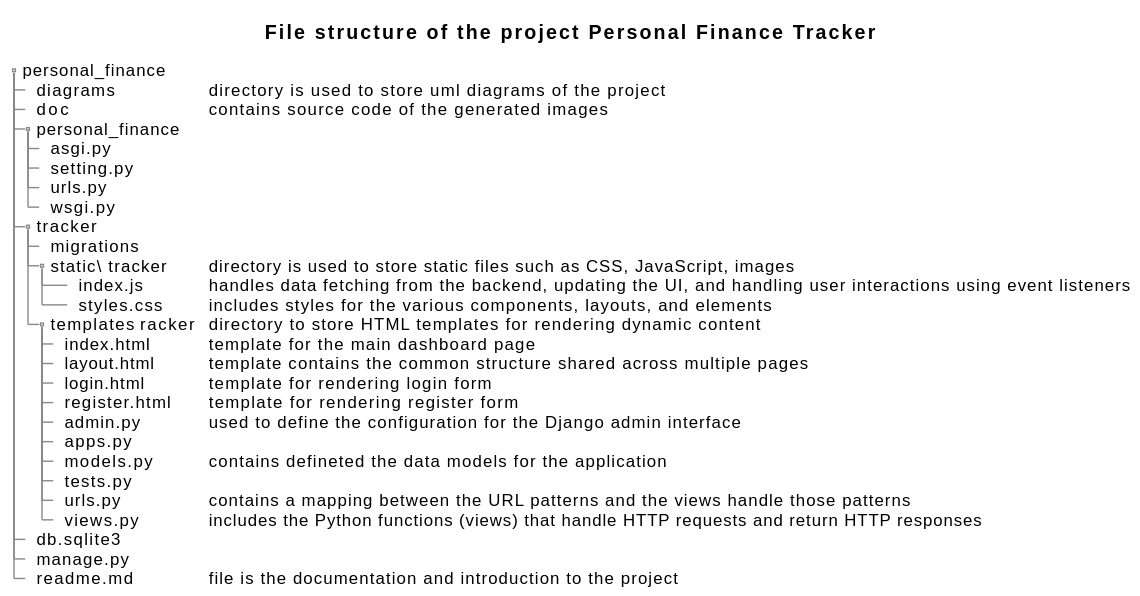
Earlier version of the PlantUML export task6/personal_finance/diagrams/tree_table_wireframe_PFT.svg (magari-GH/Ptometheus-CS50).
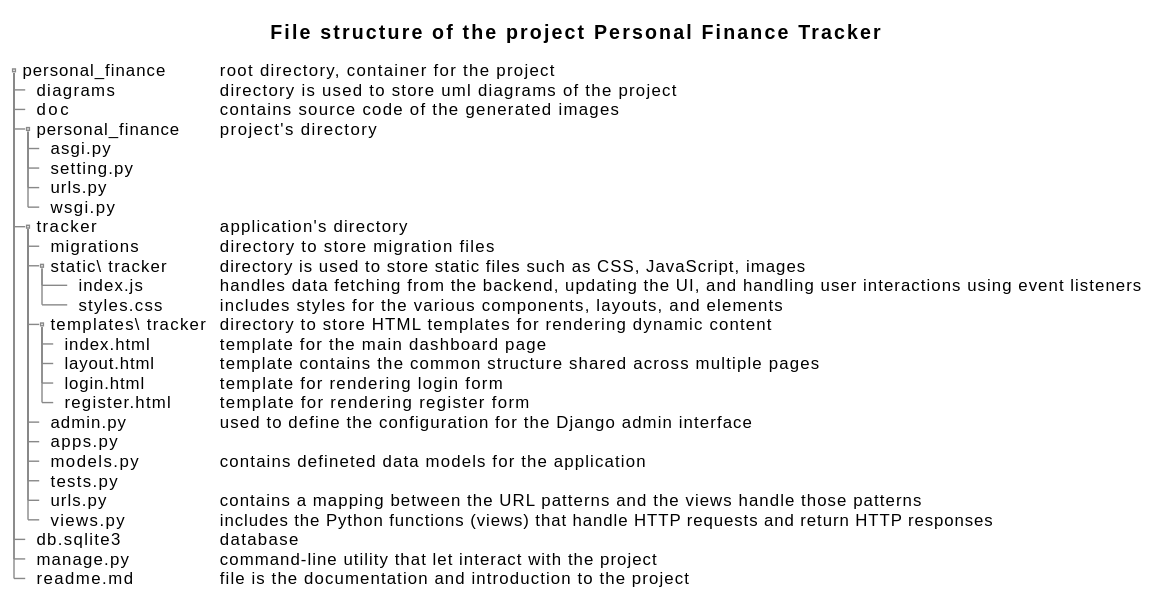
Above is the later version.

Change to the diagram source:
```diff
@@ -2,32 +2,32 @@
 title File structure of the project Personal Finance Tracker
 {
     {T
-     + personal_finance
+     + personal_finance    | root directory, container for the project
      ++ diagrams           | directory is used to store uml diagrams of the project
      ++ doc                | contains source code of the generated images
-     ++ personal_finance
+     ++ personal_finance   | project's directory
      +++ asgi.py
      +++ setting.py
      +++ urls.py
      +++ wsgi.py
-     ++ tracker
-     +++ migrations
+     ++ tracker            | application's directory
+     +++ migrations        | directory to store migration files
      +++ static\ tracker   | directory is used to store static files such as CSS, JavaScript, images
      +++++ index.js        | handles data fetching from the backend, updating the UI, and handling user interactions using event listeners
      +++++ styles.css      | includes styles for the various components, layouts, and elements
-     +++ templates\tracker | directory to store HTML templates for rendering dynamic content
+     +++ templates\ tracker| directory to store HTML templates for rendering dynamic content
      ++++ index.html       | template for the main dashboard page
      ++++ layout.html      | template contains the common structure shared across multiple pages
      ++++ login.html       | template for rendering login form
      ++++ register.html    | template for rendering register form
-     ++++ admin.py         | used to define the configuration for the Django admin interface
-     ++++ apps.py
-     ++++ models.py        | contains defineted the data models for the application
-     ++++ tests.py
-     ++++ urls.py          | contains a mapping between the URL patterns and the views handle those patterns
-     ++++ views.py         | includes the Python functions (views) that handle HTTP requests and return HTTP responses
-     ++ db.sqlite3
-     ++ manage.py
+     +++ admin.py         | used to define the configuration for the Django admin interface
+     +++ apps.py
+     +++ models.py        | contains defineted data models for the application
+     +++ tests.py
+     +++ urls.py          | contains a mapping between the URL patterns and the views handle those patterns
+     +++ views.py         | includes the Python functions (views) that handle HTTP requests and return HTTP responses
+     ++ db.sqlite3         | database
+     ++ manage.py          | command-line utility that let interact with the project
      ++ readme.md          | file is the documentation and introduction to the project
 
     }
```
